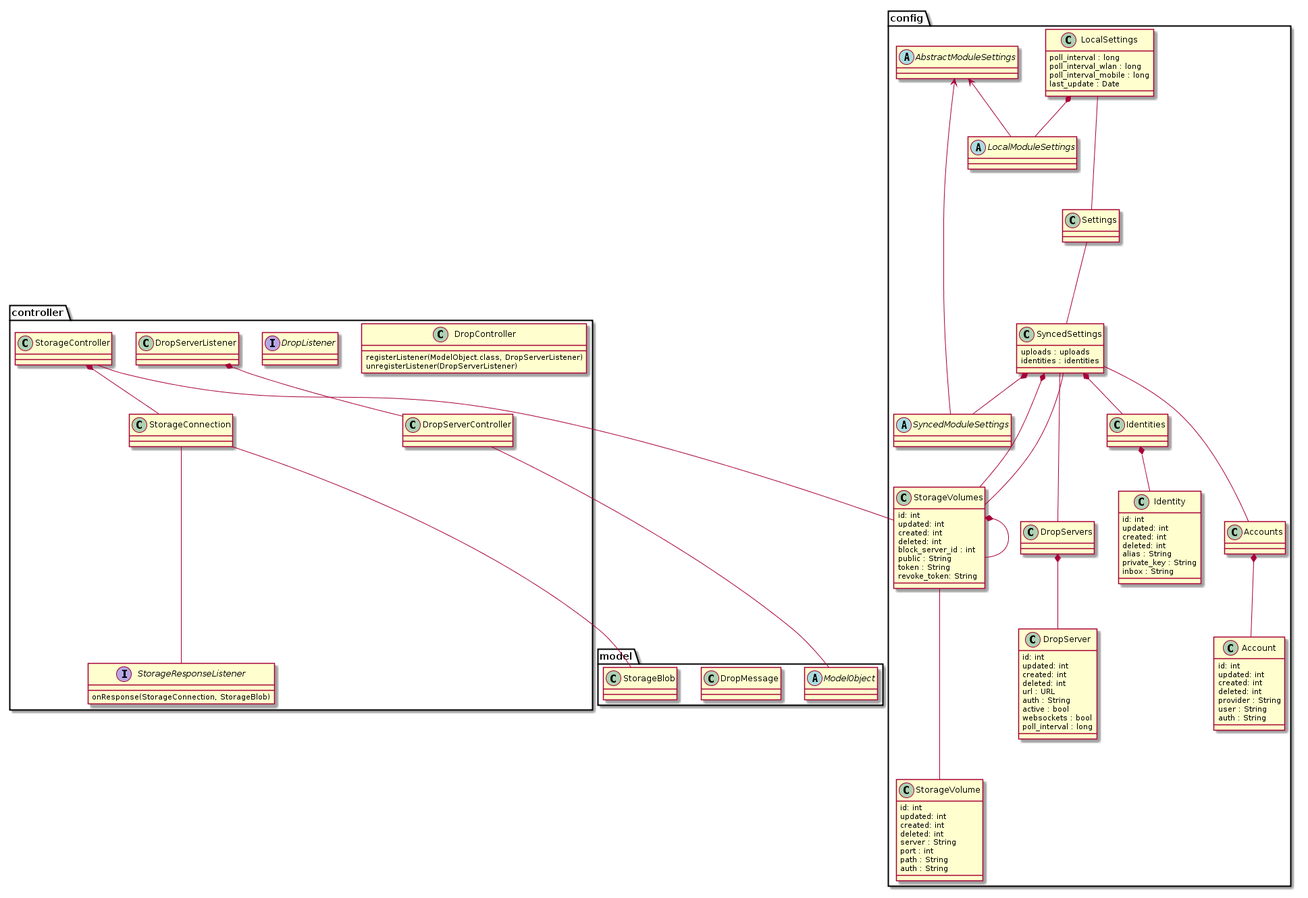
This is images/classdiagram_overview.png from Qabel/qabel.github.io, a PlantUML export, as it was before one commit.
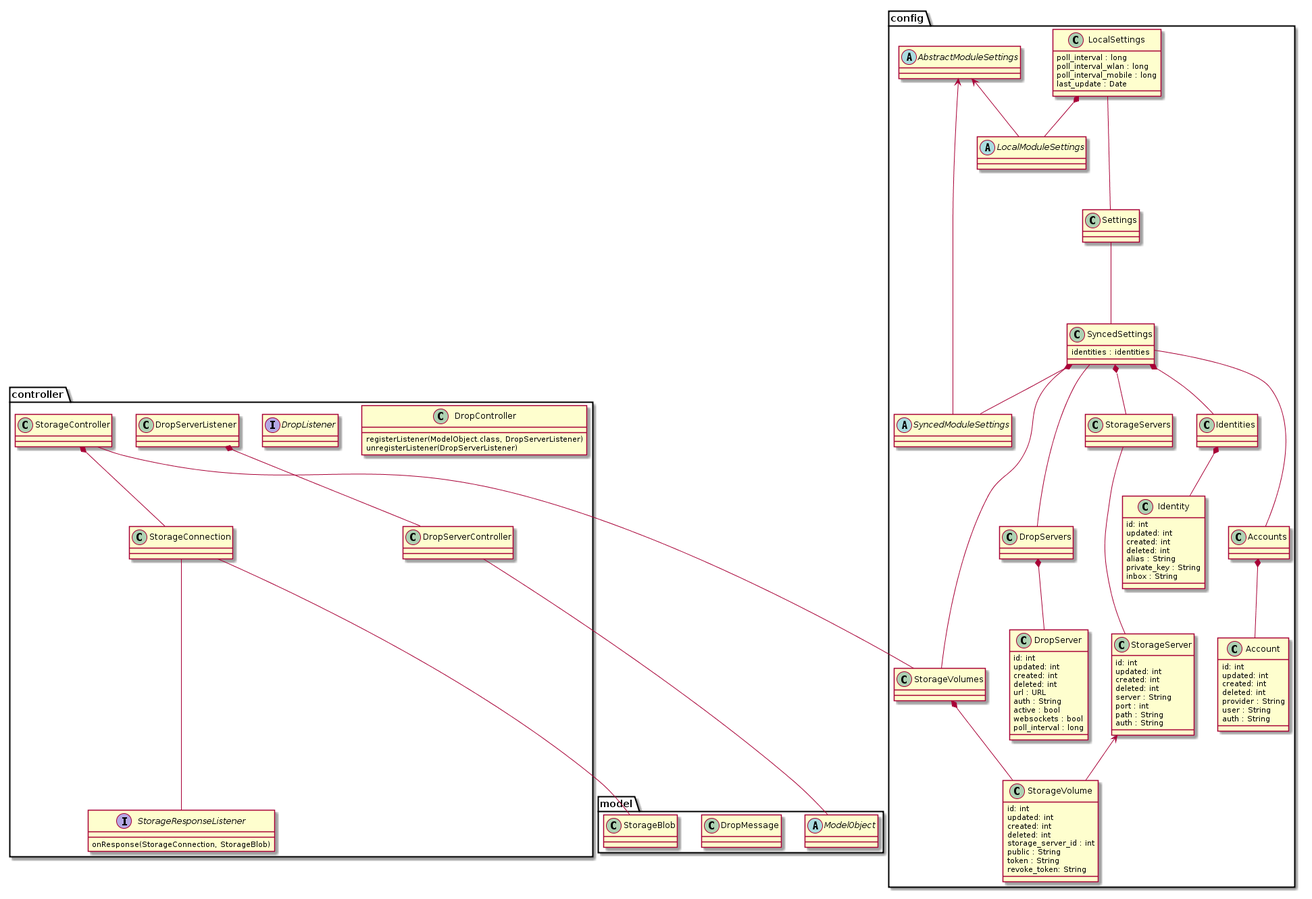
After the commit.

Commit message:
working on classdiagram

The edit, as a diff of the source:
```diff
@@ -22,7 +22,6 @@
 		last_update : Date
 	}
 	class SyncedSettings {
-		uploads : uploads
 		identities : identities
 	}
 
@@ -60,7 +59,7 @@
 	DropServers *-- DropServer
 	SyncedSettings --- DropServers
 
-	class StorageVolume {
+	class StorageServer {
 		id: int
 		updated: int
 		created: int
@@ -70,26 +69,27 @@
 		path : String
 		auth : String
 	}
-	class StorageVolumes {
+	class StorageServers {
 
 	}
-	StorageVolumes --- StorageVolume
-	SyncedSettings *-- StorageVolumes
+	StorageServers --- StorageServer
+	SyncedSettings *-- StorageServers
 
-	class StorageVolumes {
+	class StorageVolume {
 		id: int
 		updated: int
 		created: int
 		deleted: int
-		block_server_id : int
+		storage_server_id : int
 		public : String
 		token : String
 		revoke_token: String
 	}
+	StorageServer <-- StorageVolume
 	Class StorageVolumes {
 
 	}
-	StorageVolumes *-- StorageVolumes
+	StorageVolumes *-- StorageVolume
 	SyncedSettings --- StorageVolumes
 
 	class Identity {
```
